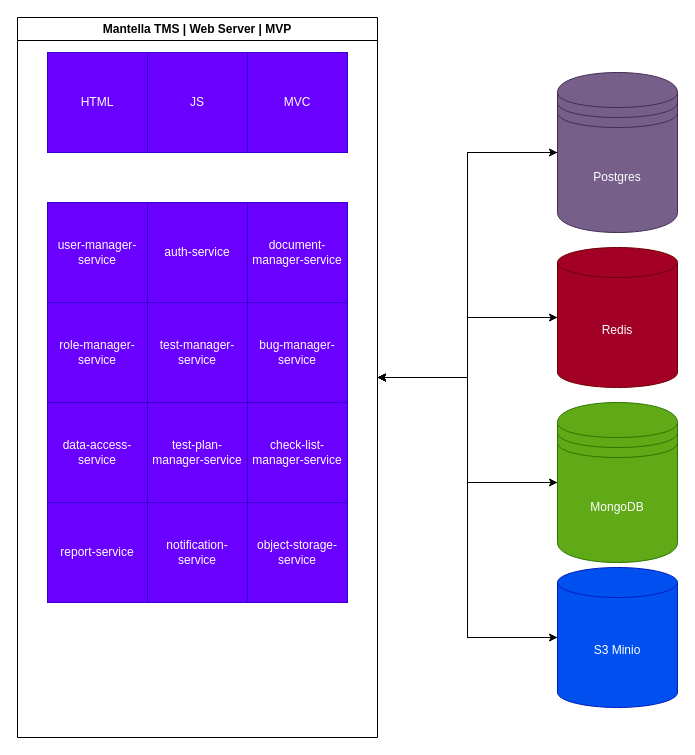
Before: misc/MantelloTMSArchV1.drawio in IAINTGOTTIME/mantella-tms, a draw.io diagram. Source tidied: cells renumbered, new cells numbered last; positions are measured from the earlier drawing's top-left corner, leaving out a move shared by most shapes. Both pictures are drawn from the tidied source at 100%, with x=0, y=0 at pixel (17, 17).
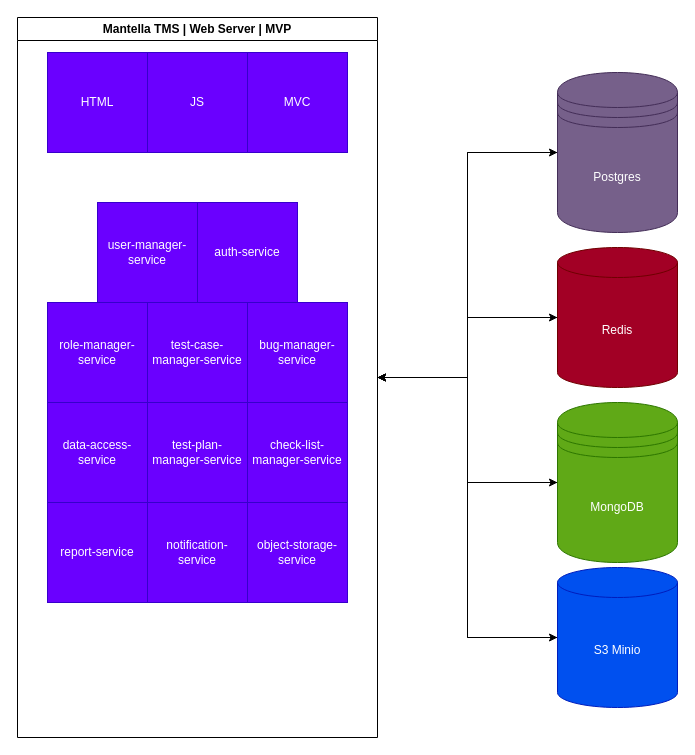
The same page after the edit.

Commit message:
Refactored architecture

Unchanged cells that the change refers to:
```xml
<mxCell id="8" value="Mantella TMS | Web Server | MVP" style="swimlane;whiteSpace=wrap;html=1;" parent="1" vertex="1">
  <mxGeometry width="360" height="720" as="geometry" />
</mxCell>
```

What changed in the source:
```diff
@@
     <mxCell id="9" value="user-manager-service" style="whiteSpace=wrap;html=1;fillColor=#6a00ff;strokeColor=#3700CC;fontColor=#ffffff;" parent="8" vertex="1">
-      <mxGeometry x="30" y="185" width="100" height="100" as="geometry" />
+      <mxGeometry x="80" y="185" width="100" height="100" as="geometry" />
     </mxCell>
     <mxCell id="10" value="auth-service" style="whiteSpace=wrap;html=1;fillColor=#6a00ff;strokeColor=#3700CC;fontColor=#ffffff;" parent="8" vertex="1">
-      <mxGeometry x="130" y="185" width="100" height="100" as="geometry" />
+      <mxGeometry x="180" y="185" width="100" height="100" as="geometry" />
     </mxCell>
@@
-    <mxCell id="13" value="test-manager-service" style="whiteSpace=wrap;html=1;fillColor=#6a00ff;strokeColor=#3700CC;fontColor=#ffffff;" parent="8" vertex="1">
+    <mxCell id="13" value="test-case-manager-service" style="whiteSpace=wrap;html=1;fillColor=#6a00ff;strokeColor=#3700CC;fontColor=#ffffff;" parent="8" vertex="1">
       <mxGeometry x="130" y="285" width="100" height="100" as="geometry" />
     </mxCell>
@@
-    <mxCell id="23" value="document-manager-service" style="whiteSpace=wrap;html=1;fillColor=#6a00ff;strokeColor=#3700CC;fontColor=#ffffff;" parent="8" vertex="1">
-      <mxGeometry x="230" y="185" width="100" height="100" as="geometry" />
-    </mxCell>
```
